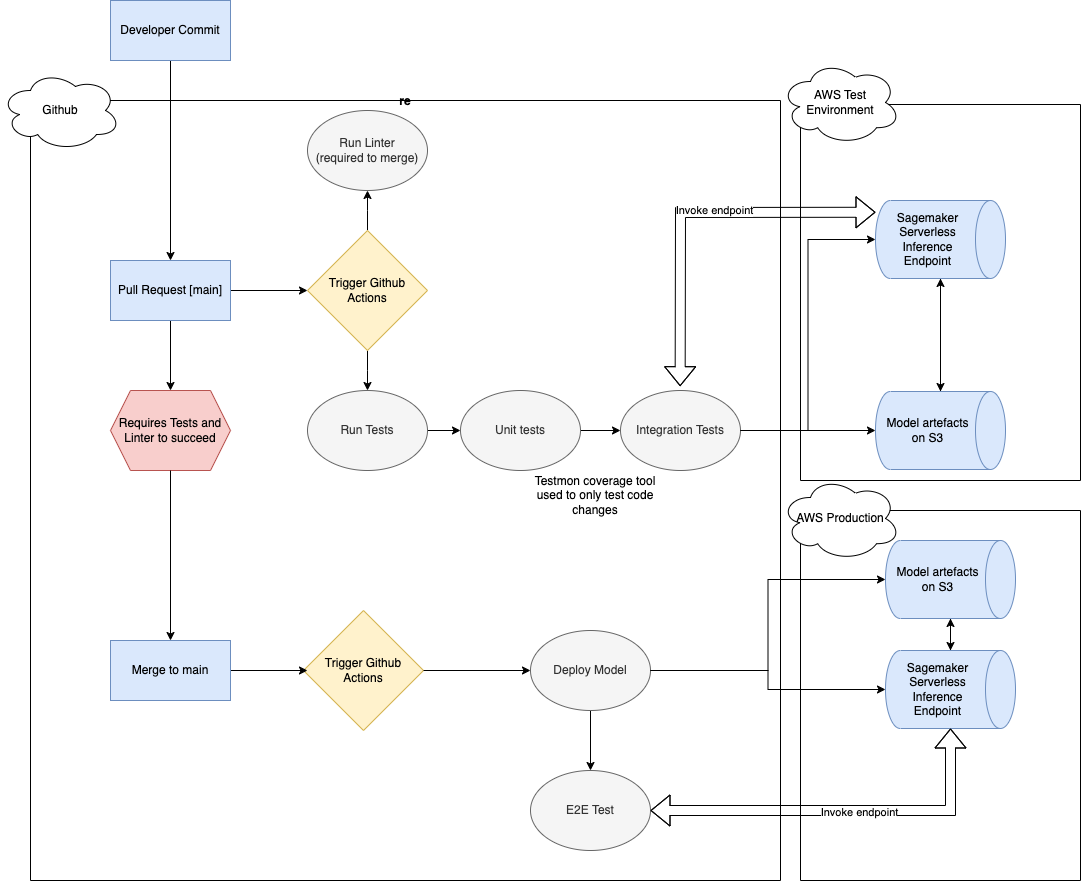
Before: docs/PlasticDetectionModel.png, a diagram exported from draw.io (OceanEcoWatch/PlasticDetectionModel). Source tidied: cells renumbered, new cells last; positions are measured from the earlier drawing's top-left corner, leaving out a move shared by most shapes. Source of this version:
```xml
<mxGraphModel>
  <root>
    <mxCell id="0" />
    <mxCell id="1" parent="0" />
    <mxCell id="2" style="edgeStyle=orthogonalEdgeStyle;rounded=0;jettySize=auto;html=1;" parent="1" edge="1" source="3" target="6">
      <mxGeometry relative="1" as="geometry" />
    </mxCell>
    <mxCell id="3" value="Developer Commit" style="rounded=0;whiteSpace=wrap;html=1;fillColor=#dae8fc;strokeColor=#6c8ebf;" parent="1" vertex="1">
      <mxGeometry x="110" width="120" height="60" as="geometry" />
    </mxCell>
    <mxCell id="4" style="edgeStyle=orthogonalEdgeStyle;rounded=0;jettySize=auto;html=1;" parent="1" edge="1" source="6" target="10">
      <mxGeometry relative="1" as="geometry" />
    </mxCell>
    <mxCell id="5" style="edgeStyle=orthogonalEdgeStyle;rounded=0;jettySize=auto;html=1;" parent="1" edge="1" source="6" target="20">
      <mxGeometry relative="1" as="geometry" />
    </mxCell>
    <mxCell id="6" value="Pull Request [main]" style="rounded=0;whiteSpace=wrap;html=1;fillColor=#dae8fc;strokeColor=#6c8ebf;" parent="1" vertex="1">
      <mxGeometry x="110" y="260" width="120" height="60" as="geometry" />
    </mxCell>
    <mxCell id="7" style="edgeStyle=orthogonalEdgeStyle;rounded=0;orthogonalLoop=1;jettySize=auto;html=1;exitX=0.5;exitY=1;exitDx=0;exitDy=0;" parent="1" edge="1">
      <mxGeometry relative="1" as="geometry">
        <mxPoint x="367" y="450" as="sourcePoint" />
        <mxPoint x="367" y="450" as="targetPoint" />
      </mxGeometry>
    </mxCell>
    <mxCell id="8" style="edgeStyle=orthogonalEdgeStyle;rounded=0;jettySize=auto;html=1;" parent="1" edge="1" source="10">
      <mxGeometry relative="1" as="geometry">
        <mxPoint x="367" y="190" as="targetPoint" />
      </mxGeometry>
    </mxCell>
    <mxCell id="9" style="edgeStyle=orthogonalEdgeStyle;rounded=0;jettySize=auto;html=1;" parent="1" edge="1" source="10">
      <mxGeometry relative="1" as="geometry">
        <mxPoint x="367" y="390" as="targetPoint" />
      </mxGeometry>
    </mxCell>
    <mxCell id="10" value="Trigger Github Actions" style="rhombus;whiteSpace=wrap;html=1;fillColor=#fff2cc;strokeColor=#d6b656;" parent="1" vertex="1">
      <mxGeometry x="307" y="230" width="120" height="120" as="geometry" />
    </mxCell>
    <mxCell id="11" value="Run Linter&lt;br&gt;(required to merge)" style="ellipse;whiteSpace=wrap;html=1;fillColor=#f5f5f5;strokeColor=#666666;fontColor=#333333;" parent="1" vertex="1">
      <mxGeometry x="307" y="110" width="120" height="80" as="geometry" />
    </mxCell>
    <mxCell id="12" style="edgeStyle=orthogonalEdgeStyle;rounded=0;jettySize=auto;html=1;" parent="1" edge="1" source="13" target="23">
      <mxGeometry relative="1" as="geometry" />
    </mxCell>
    <mxCell id="13" value="Run Tests&lt;br&gt;" style="ellipse;whiteSpace=wrap;html=1;fillColor=#f5f5f5;strokeColor=#666666;fontColor=#333333;" parent="1" vertex="1">
      <mxGeometry x="307" y="390" width="120" height="80" as="geometry" />
    </mxCell>
    <mxCell id="14" value="re" style="swimlane;startSize=0;" parent="1" vertex="1">
      <mxGeometry x="30" y="100" width="750" height="780" as="geometry" />
    </mxCell>
    <mxCell id="15" value="Github" style="ellipse;shape=cloud;whiteSpace=wrap;html=1;" parent="14" vertex="1">
      <mxGeometry x="-30" y="-30" width="120" height="80" as="geometry" />
    </mxCell>
    <mxCell id="16" value="Trigger Github Actions" style="rhombus;whiteSpace=wrap;html=1;fillColor=#fff2cc;strokeColor=#d6b656;" parent="14" vertex="1">
      <mxGeometry x="273" y="510" width="120" height="120" as="geometry" />
    </mxCell>
    <mxCell id="17" style="edgeStyle=orthogonalEdgeStyle;rounded=0;jettySize=auto;html=1;" parent="14" edge="1" source="18" target="21">
      <mxGeometry relative="1" as="geometry" />
    </mxCell>
    <mxCell id="18" value="Deploy Model" style="ellipse;whiteSpace=wrap;html=1;fillColor=#f5f5f5;strokeColor=#666666;fontColor=#333333;" parent="14" vertex="1">
      <mxGeometry x="500" y="530" width="120" height="80" as="geometry" />
    </mxCell>
    <mxCell id="19" style="edgeStyle=orthogonalEdgeStyle;rounded=0;jettySize=auto;html=1;" parent="14" edge="1" source="16" target="18">
      <mxGeometry relative="1" as="geometry" />
    </mxCell>
    <mxCell id="20" value="Requires Tests and Linter to succeed" style="shape=hexagon;perimeter=hexagonPerimeter2;whiteSpace=wrap;html=1;fixedSize=1;fillColor=#f8cecc;strokeColor=#b85450;" parent="14" vertex="1">
      <mxGeometry x="80" y="290" width="120" height="80" as="geometry" />
    </mxCell>
    <mxCell id="21" value="E2E Test" style="ellipse;whiteSpace=wrap;html=1;fillColor=#f5f5f5;fontColor=#333333;strokeColor=#666666;" parent="14" vertex="1">
      <mxGeometry x="500" y="670" width="120" height="80" as="geometry" />
    </mxCell>
    <mxCell id="22" style="edgeStyle=orthogonalEdgeStyle;rounded=0;jettySize=auto;html=1;" parent="14" edge="1" source="23" target="24">
      <mxGeometry relative="1" as="geometry" />
    </mxCell>
    <mxCell id="23" value="Unit tests" style="ellipse;whiteSpace=wrap;html=1;fillColor=#f5f5f5;strokeColor=#666666;fontColor=#333333;" parent="14" vertex="1">
      <mxGeometry x="430" y="290" width="120" height="80" as="geometry" />
    </mxCell>
    <mxCell id="24" value="Integration Tests" style="ellipse;whiteSpace=wrap;html=1;fillColor=#f5f5f5;strokeColor=#666666;fontColor=#333333;" parent="14" vertex="1">
      <mxGeometry x="590" y="290" width="120" height="80" as="geometry" />
    </mxCell>
    <mxCell id="25" value="Testmon coverage tool used to only test code changes" style="text;html=1;strokeColor=none;fillColor=none;align=center;verticalAlign=middle;whiteSpace=wrap;rounded=0;" parent="14" vertex="1">
      <mxGeometry x="500" y="380" width="130" height="30" as="geometry" />
    </mxCell>
    <mxCell id="26" style="edgeStyle=orthogonalEdgeStyle;rounded=0;jettySize=auto;html=1;" parent="14" edge="1" source="27">
      <mxGeometry relative="1" as="geometry">
        <mxPoint x="277" y="570" as="targetPoint" />
      </mxGeometry>
    </mxCell>
    <mxCell id="27" value="Merge to main" style="rounded=0;whiteSpace=wrap;html=1;fillColor=#dae8fc;strokeColor=#6c8ebf;" parent="14" vertex="1">
      <mxGeometry x="80" y="540" width="120" height="60" as="geometry" />
    </mxCell>
    <mxCell id="28" style="edgeStyle=orthogonalEdgeStyle;rounded=0;jettySize=auto;html=1;" parent="14" edge="1" source="20" target="27">
      <mxGeometry relative="1" as="geometry" />
    </mxCell>
    <mxCell id="29" style="swimlane;startSize=0;" parent="1" vertex="1">
      <mxGeometry x="800" y="510" width="280" height="370" as="geometry" />
    </mxCell>
    <mxCell id="30" style="edgeStyle=orthogonalEdgeStyle;rounded=0;jettySize=auto;html=1;" parent="29" edge="1" source="31" target="33">
      <mxGeometry relative="1" as="geometry" />
    </mxCell>
    <mxCell id="31" value="Model artefacts on S3" style="shape=cylinder3;whiteSpace=wrap;html=1;boundedLbl=1;backgroundOutline=1;size=15;direction=south;fillColor=#dae8fc;strokeColor=#6c8ebf;" parent="29" vertex="1">
      <mxGeometry x="85" y="30" width="130" height="78" as="geometry" />
    </mxCell>
    <mxCell id="32" style="edgeStyle=orthogonalEdgeStyle;rounded=0;jettySize=auto;html=1;" parent="29" edge="1" source="33" target="31">
      <mxGeometry relative="1" as="geometry" />
    </mxCell>
    <mxCell id="33" value="Sagemaker Serverless Inference Endpoint" style="shape=cylinder3;whiteSpace=wrap;html=1;boundedLbl=1;backgroundOutline=1;size=15;direction=south;fillColor=#dae8fc;strokeColor=#6c8ebf;" parent="29" vertex="1">
      <mxGeometry x="85" y="140" width="130" height="78" as="geometry" />
    </mxCell>
    <mxCell id="34" value="AWS Production" style="ellipse;shape=cloud;whiteSpace=wrap;html=1;" parent="29" vertex="1">
      <mxGeometry x="-20" y="-34" width="120" height="84" as="geometry" />
    </mxCell>
    <mxCell id="35" style="swimlane;startSize=0;" parent="1" vertex="1">
      <mxGeometry x="800" y="104" width="280" height="376" as="geometry" />
    </mxCell>
    <mxCell id="36" value="AWS Test Environment" style="ellipse;shape=cloud;whiteSpace=wrap;html=1;" parent="35" vertex="1">
      <mxGeometry x="-20" y="-44" width="120" height="84" as="geometry" />
    </mxCell>
    <mxCell id="37" style="edgeStyle=orthogonalEdgeStyle;rounded=0;jettySize=auto;html=1;" parent="35" edge="1" source="38" target="40">
      <mxGeometry relative="1" as="geometry" />
    </mxCell>
    <mxCell id="38" value="Sagemaker Serverless Inference Endpoint" style="shape=cylinder3;whiteSpace=wrap;html=1;boundedLbl=1;backgroundOutline=1;size=15;direction=south;fillColor=#dae8fc;strokeColor=#6c8ebf;" parent="35" vertex="1">
      <mxGeometry x="75" y="96" width="130" height="78" as="geometry" />
    </mxCell>
    <mxCell id="39" style="edgeStyle=orthogonalEdgeStyle;rounded=0;jettySize=auto;html=1;" parent="35" edge="1" source="40" target="38">
      <mxGeometry relative="1" as="geometry" />
    </mxCell>
    <mxCell id="40" value="Model artefacts on S3" style="shape=cylinder3;whiteSpace=wrap;html=1;boundedLbl=1;backgroundOutline=1;size=15;direction=south;fillColor=#dae8fc;strokeColor=#6c8ebf;" parent="35" vertex="1">
      <mxGeometry x="75" y="287" width="130" height="78" as="geometry" />
    </mxCell>
    <mxCell id="41" style="shape=flexArrow;endArrow=classic;startArrow=classic;html=1;rounded=0;exitX=0.497;exitY=-0.054;exitDx=0;exitDy=0;exitPerimeter=0;" parent="35" edge="1" source="24">
      <mxGeometry relative="1" as="geometry">
        <mxPoint x="75" y="107.8" as="targetPoint" />
        <Array as="points">
          <mxPoint x="-120" y="108" />
        </Array>
      </mxGeometry>
    </mxCell>
    <mxCell id="42" value="Invoke endpoint&lt;br&gt;" style="edgeLabel;html=1;align=center;verticalAlign=middle;" parent="41" vertex="1">
      <mxGeometry x="0.12" y="3" relative="1" as="geometry" />
    </mxCell>
    <mxCell id="43" style="edgeStyle=orthogonalEdgeStyle;rounded=0;jettySize=auto;html=1;" parent="1" edge="1" source="24" target="40">
      <mxGeometry relative="1" as="geometry" />
    </mxCell>
    <mxCell id="44" style="edgeStyle=orthogonalEdgeStyle;rounded=0;jettySize=auto;html=1;entryX=0.5;entryY=1;entryDx=0;entryDy=0;entryPerimeter=0;" parent="1" edge="1" source="18" target="31">
      <mxGeometry relative="1" as="geometry" />
    </mxCell>
    <mxCell id="45" style="edgeStyle=orthogonalEdgeStyle;rounded=0;jettySize=auto;html=1;entryX=0.5;entryY=1;entryDx=0;entryDy=0;entryPerimeter=0;" parent="1" edge="1" source="18" target="33">
      <mxGeometry relative="1" as="geometry" />
    </mxCell>
    <mxCell id="46" style="shape=flexArrow;endArrow=classic;startArrow=classic;html=1;rounded=0;exitX=1;exitY=0.5;exitDx=0;exitDy=0;" parent="1" edge="1" source="21" target="33">
      <mxGeometry relative="1" as="geometry">
        <Array as="points">
          <mxPoint x="950" y="810" />
        </Array>
      </mxGeometry>
    </mxCell>
    <mxCell id="47" value="Invoke endpoint" style="edgeLabel;html=1;align=center;verticalAlign=middle;" parent="46" vertex="1">
      <mxGeometry x="0.09" y="-1" relative="1" as="geometry" />
    </mxCell>
    <mxCell id="48" style="edgeStyle=orthogonalEdgeStyle;rounded=0;jettySize=auto;html=1;entryX=0.5;entryY=1;entryDx=0;entryDy=0;entryPerimeter=0;" parent="1" edge="1" source="24" target="38">
      <mxGeometry relative="1" as="geometry" />
    </mxCell>
  </root>
</mxGraphModel>
```
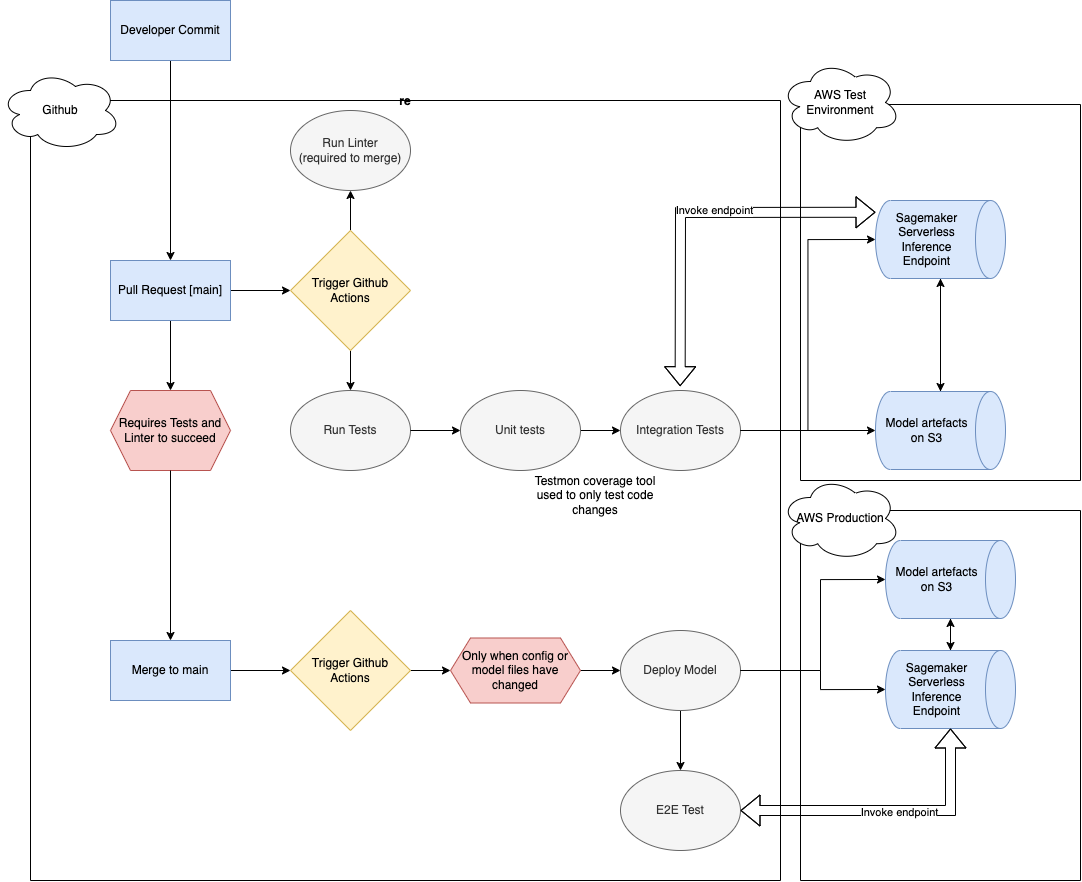
The same diagram one commit later.

Commit message:
add url to ci/cd diagram

Change to the diagram source:
```diff
@@ -23,51 +23,32 @@
         <mxPoint x="367" y="450" as="targetPoint" />
       </mxGeometry>
     </mxCell>
-    <mxCell id="8" style="edgeStyle=orthogonalEdgeStyle;rounded=0;jettySize=auto;html=1;" parent="1" edge="1" source="10">
-      <mxGeometry relative="1" as="geometry">
-        <mxPoint x="367" y="190" as="targetPoint" />
-      </mxGeometry>
-    </mxCell>
-    <mxCell id="9" style="edgeStyle=orthogonalEdgeStyle;rounded=0;jettySize=auto;html=1;" parent="1" edge="1" source="10">
-      <mxGeometry relative="1" as="geometry">
-        <mxPoint x="367" y="390" as="targetPoint" />
-      </mxGeometry>
-    </mxCell>
-    <mxCell id="10" value="Trigger Github Actions" style="rhombus;whiteSpace=wrap;html=1;fillColor=#fff2cc;strokeColor=#d6b656;" parent="1" vertex="1">
-      <mxGeometry x="307" y="230" width="120" height="120" as="geometry" />
-    </mxCell>
-    <mxCell id="11" value="Run Linter&lt;br&gt;(required to merge)" style="ellipse;whiteSpace=wrap;html=1;fillColor=#f5f5f5;strokeColor=#666666;fontColor=#333333;" parent="1" vertex="1">
-      <mxGeometry x="307" y="110" width="120" height="80" as="geometry" />
-    </mxCell>
-    <mxCell id="12" style="edgeStyle=orthogonalEdgeStyle;rounded=0;jettySize=auto;html=1;" parent="1" edge="1" source="13" target="23">
-      <mxGeometry relative="1" as="geometry" />
-    </mxCell>
-    <mxCell id="13" value="Run Tests&lt;br&gt;" style="ellipse;whiteSpace=wrap;html=1;fillColor=#f5f5f5;strokeColor=#666666;fontColor=#333333;" parent="1" vertex="1">
-      <mxGeometry x="307" y="390" width="120" height="80" as="geometry" />
-    </mxCell>
     <mxCell id="14" value="re" style="swimlane;startSize=0;" parent="1" vertex="1">
       <mxGeometry x="30" y="100" width="750" height="780" as="geometry" />
     </mxCell>
     <mxCell id="15" value="Github" style="ellipse;shape=cloud;whiteSpace=wrap;html=1;" parent="14" vertex="1">
       <mxGeometry x="-30" y="-30" width="120" height="80" as="geometry" />
     </mxCell>
+    <mxCell id="49" style="edgeStyle=orthogonalEdgeStyle;rounded=0;jettySize=auto;html=1;" parent="14" edge="1" source="16" target="51">
+      <mxGeometry relative="1" as="geometry" />
+    </mxCell>
     <mxCell id="16" value="Trigger Github Actions" style="rhombus;whiteSpace=wrap;html=1;fillColor=#fff2cc;strokeColor=#d6b656;" parent="14" vertex="1">
-      <mxGeometry x="273" y="510" width="120" height="120" as="geometry" />
+      <mxGeometry x="260" y="510" width="120" height="120" as="geometry" />
     </mxCell>
     <mxCell id="17" style="edgeStyle=orthogonalEdgeStyle;rounded=0;jettySize=auto;html=1;" parent="14" edge="1" source="18" target="21">
       <mxGeometry relative="1" as="geometry" />
     </mxCell>
     <mxCell id="18" value="Deploy Model" style="ellipse;whiteSpace=wrap;html=1;fillColor=#f5f5f5;strokeColor=#666666;fontColor=#333333;" parent="14" vertex="1">
-      <mxGeometry x="500" y="530" width="120" height="80" as="geometry" />
+      <mxGeometry x="590" y="530" width="120" height="80" as="geometry" />
     </mxCell>
-    <mxCell id="19" style="edgeStyle=orthogonalEdgeStyle;rounded=0;jettySize=auto;html=1;" parent="14" edge="1" source="16" target="18">
+    <mxCell id="19" style="edgeStyle=orthogonalEdgeStyle;rounded=0;jettySize=auto;html=1;" parent="14" edge="1" source="51" target="18">
       <mxGeometry relative="1" as="geometry" />
     </mxCell>
     <mxCell id="20" value="Requires Tests and Linter to succeed" style="shape=hexagon;perimeter=hexagonPerimeter2;whiteSpace=wrap;html=1;fixedSize=1;fillColor=#f8cecc;strokeColor=#b85450;" parent="14" vertex="1">
       <mxGeometry x="80" y="290" width="120" height="80" as="geometry" />
     </mxCell>
     <mxCell id="21" value="E2E Test" style="ellipse;whiteSpace=wrap;html=1;fillColor=#f5f5f5;fontColor=#333333;strokeColor=#666666;" parent="14" vertex="1">
-      <mxGeometry x="500" y="670" width="120" height="80" as="geometry" />
+      <mxGeometry x="590" y="670" width="120" height="80" as="geometry" />
     </mxCell>
     <mxCell id="22" style="edgeStyle=orthogonalEdgeStyle;rounded=0;jettySize=auto;html=1;" parent="14" edge="1" source="23" target="24">
       <mxGeometry relative="1" as="geometry" />
@@ -81,17 +62,36 @@
     <mxCell id="25" value="Testmon coverage tool used to only test code changes" style="text;html=1;strokeColor=none;fillColor=none;align=center;verticalAlign=middle;whiteSpace=wrap;rounded=0;" parent="14" vertex="1">
       <mxGeometry x="500" y="380" width="130" height="30" as="geometry" />
     </mxCell>
-    <mxCell id="26" style="edgeStyle=orthogonalEdgeStyle;rounded=0;jettySize=auto;html=1;" parent="14" edge="1" source="27">
-      <mxGeometry relative="1" as="geometry">
-        <mxPoint x="277" y="570" as="targetPoint" />
-      </mxGeometry>
-    </mxCell>
+    <mxCell id="50" style="edgeStyle=orthogonalEdgeStyle;rounded=0;jettySize=auto;html=1;" parent="14" edge="1" source="27" target="16">
+      <mxGeometry relative="1" as="geometry" />
+    </mxCell>
     <mxCell id="27" value="Merge to main" style="rounded=0;whiteSpace=wrap;html=1;fillColor=#dae8fc;strokeColor=#6c8ebf;" parent="14" vertex="1">
       <mxGeometry x="80" y="540" width="120" height="60" as="geometry" />
     </mxCell>
     <mxCell id="28" style="edgeStyle=orthogonalEdgeStyle;rounded=0;jettySize=auto;html=1;" parent="14" edge="1" source="20" target="27">
       <mxGeometry relative="1" as="geometry" />
     </mxCell>
+    <mxCell id="51" value="Only when config or model files have changed" style="shape=hexagon;perimeter=hexagonPerimeter2;whiteSpace=wrap;html=1;fixedSize=1;fillColor=#f8cecc;strokeColor=#b85450;" parent="14" vertex="1">
+      <mxGeometry x="420" y="537.5" width="130" height="65" as="geometry" />
+    </mxCell>
+    <mxCell id="52" style="edgeStyle=orthogonalEdgeStyle;rounded=0;jettySize=auto;html=1;" parent="14" edge="1" source="10" target="13">
+      <mxGeometry relative="1" as="geometry" />
+    </mxCell>
+    <mxCell id="53" style="edgeStyle=orthogonalEdgeStyle;rounded=0;jettySize=auto;html=1;" parent="14" edge="1" source="10" target="11">
+      <mxGeometry relative="1" as="geometry" />
+    </mxCell>
+    <mxCell id="10" value="Trigger Github Actions" style="rhombus;whiteSpace=wrap;html=1;fillColor=#fff2cc;strokeColor=#d6b656;" parent="14" vertex="1">
+      <mxGeometry x="260" y="130" width="120" height="120" as="geometry" />
+    </mxCell>
+    <mxCell id="11" value="Run Linter&lt;br&gt;(required to merge)" style="ellipse;whiteSpace=wrap;html=1;fillColor=#f5f5f5;strokeColor=#666666;fontColor=#333333;" parent="14" vertex="1">
+      <mxGeometry x="260" y="10" width="120" height="80" as="geometry" />
+    </mxCell>
+    <mxCell id="13" value="Run Tests&lt;br&gt;" style="ellipse;whiteSpace=wrap;html=1;fillColor=#f5f5f5;strokeColor=#666666;fontColor=#333333;" parent="14" vertex="1">
+      <mxGeometry x="260" y="290" width="120" height="80" as="geometry" />
+    </mxCell>
+    <mxCell id="12" style="edgeStyle=orthogonalEdgeStyle;rounded=0;jettySize=auto;html=1;" parent="14" edge="1" source="13" target="23">
+      <mxGeometry relative="1" as="geometry" />
+    </mxCell>
     <mxCell id="29" style="swimlane;startSize=0;" parent="1" vertex="1">
       <mxGeometry x="800" y="510" width="280" height="370" as="geometry" />
     </mxCell>
@@ -143,10 +143,20 @@
       <mxGeometry relative="1" as="geometry" />
     </mxCell>
     <mxCell id="44" style="edgeStyle=orthogonalEdgeStyle;rounded=0;jettySize=auto;html=1;entryX=0.5;entryY=1;entryDx=0;entryDy=0;entryPerimeter=0;" parent="1" edge="1" source="18" target="31">
-      <mxGeometry relative="1" as="geometry" />
+      <mxGeometry relative="1" as="geometry">
+        <Array as="points">
+          <mxPoint x="820" y="670" />
+          <mxPoint x="820" y="579" />
+        </Array>
+      </mxGeometry>
     </mxCell>
     <mxCell id="45" style="edgeStyle=orthogonalEdgeStyle;rounded=0;jettySize=auto;html=1;entryX=0.5;entryY=1;entryDx=0;entryDy=0;entryPerimeter=0;" parent="1" edge="1" source="18" target="33">
-      <mxGeometry relative="1" as="geometry" />
+      <mxGeometry relative="1" as="geometry">
+        <Array as="points">
+          <mxPoint x="820" y="670" />
+          <mxPoint x="820" y="689" />
+        </Array>
+      </mxGeometry>
     </mxCell>
     <mxCell id="46" style="shape=flexArrow;endArrow=classic;startArrow=classic;html=1;rounded=0;exitX=1;exitY=0.5;exitDx=0;exitDy=0;" parent="1" edge="1" source="21" target="33">
       <mxGeometry relative="1" as="geometry">
```
